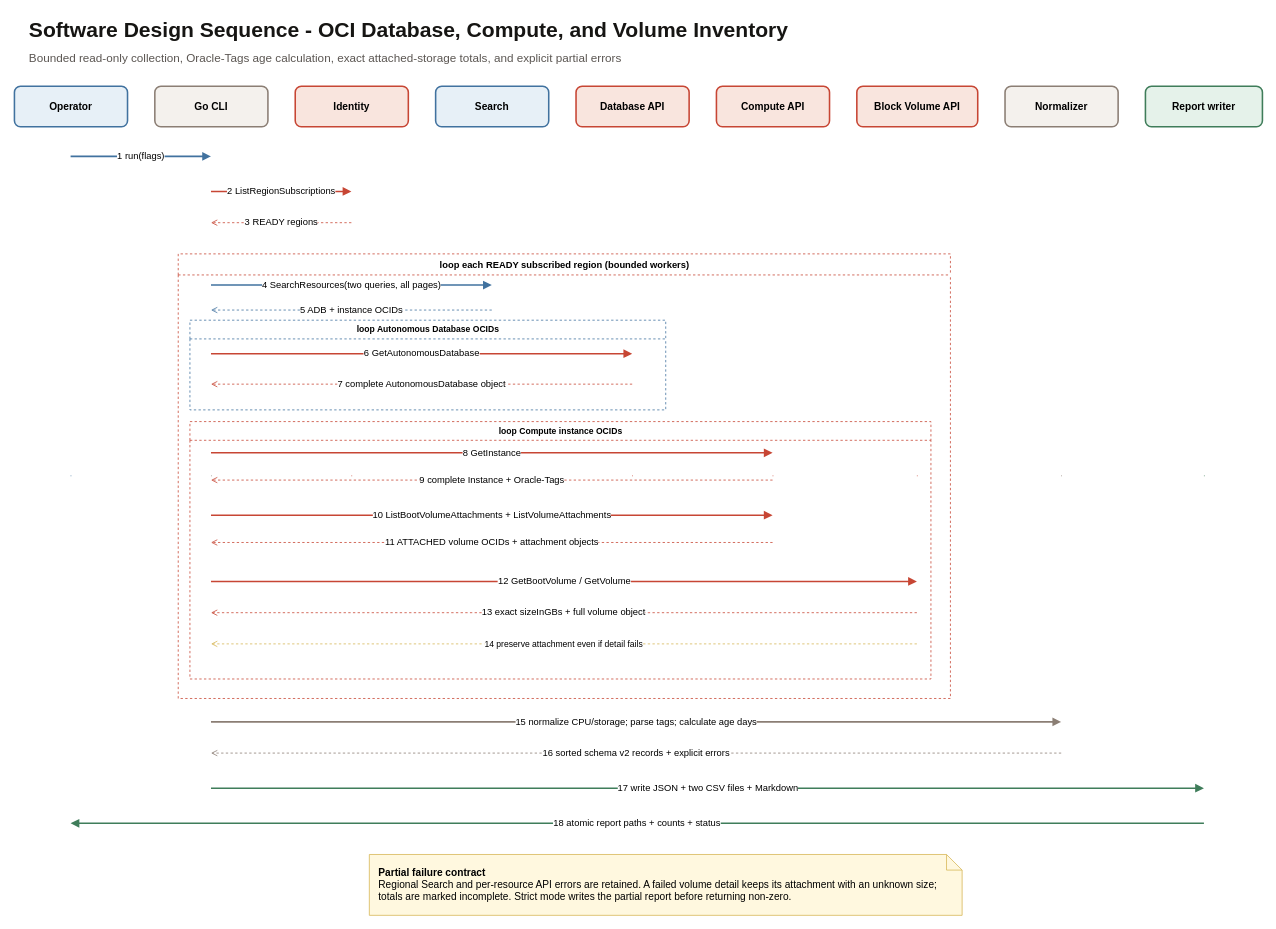
Above: docs/diagrams/oci-adb-inventory-sdd-sequence.drawio in eugsim1/oci-autonomous-database-inventory-go (draw.io), before the change. Source tidied: cells renumbered, new cells numbered last; positions are measured from the earlier drawing's top-left corner, leaving out a move shared by most shapes. Both pictures are drawn from the tidied source at 78%, with x=0, y=0 at pixel (14, 13).
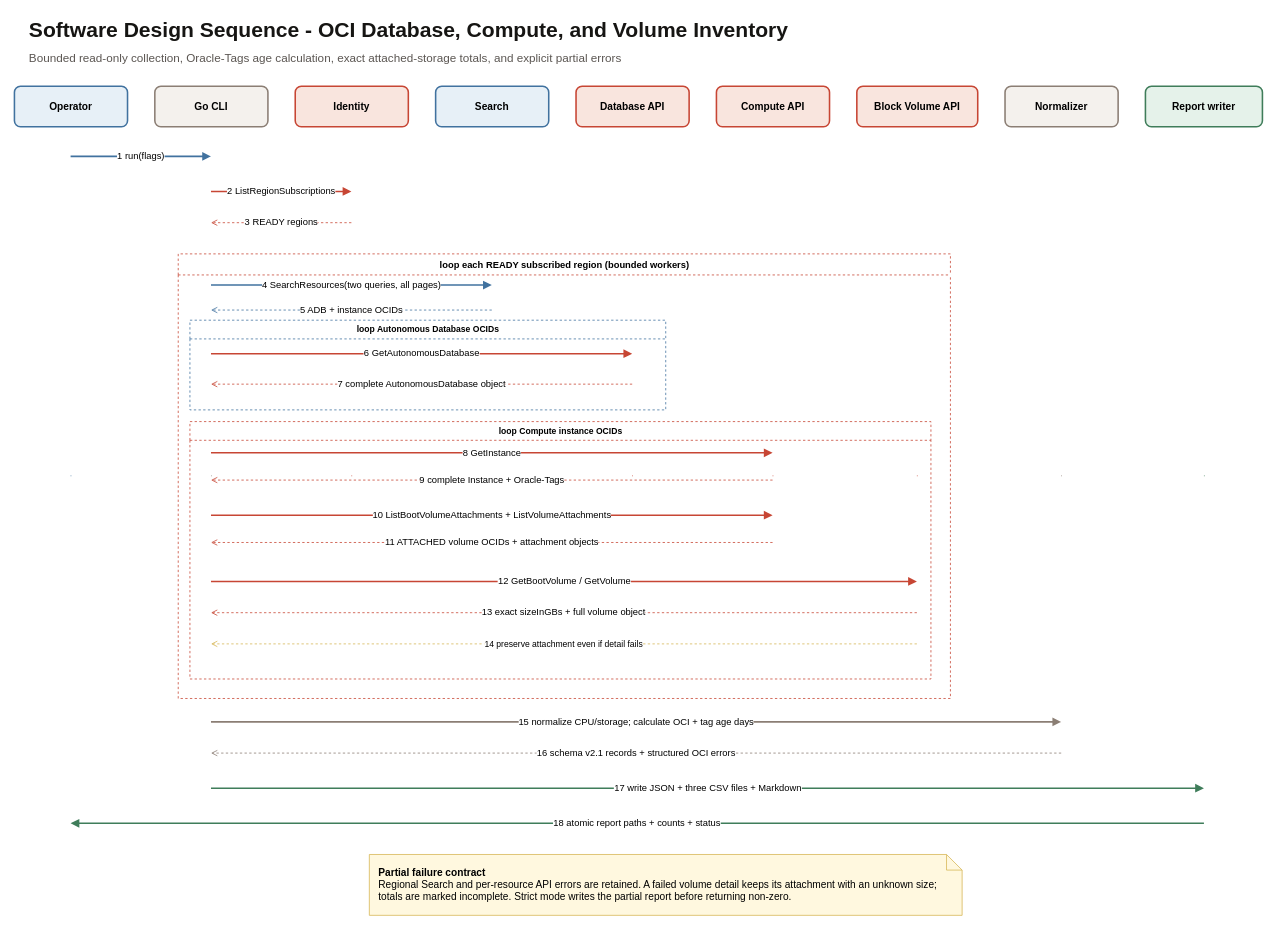
The same page after the edit.

Diff of the diagram source:
```diff
@@
-    <mxCell id="39" value="15 normalize CPU/storage; parse tags; calculate age days" style="edgeStyle=none;html=1;strokeColor=#8B7E74;strokeWidth=2;endArrow=block;endFill=1;fontFamily=Arial;fontSize=12;labelBackgroundColor=#FFFFFF;" parent="1" edge="1">
+    <mxCell id="39" value="15 normalize CPU/storage; calculate OCI + tag age days" style="edgeStyle=none;html=1;strokeColor=#8B7E74;strokeWidth=2;endArrow=block;endFill=1;fontFamily=Arial;fontSize=12;labelBackgroundColor=#FFFFFF;" parent="1" edge="1">
       <mxGeometry relative="1" as="geometry">
         <mxPoint x="252" y="908" as="sourcePoint" />
         <mxPoint x="1342" y="908" as="targetPoint" />
       </mxGeometry>
     </mxCell>
-    <mxCell id="40" value="16 sorted schema v2 records + explicit errors" style="edgeStyle=none;html=1;strokeColor=#8B7E74;strokeWidth=1;dashed=1;endArrow=open;endFill=0;fontFamily=Arial;fontSize=12;labelBackgroundColor=#FFFFFF;" parent="1" edge="1">
+    <mxCell id="40" value="16 schema v2.1 records + structured OCI errors" style="edgeStyle=none;html=1;strokeColor=#8B7E74;strokeWidth=1;dashed=1;endArrow=open;endFill=0;fontFamily=Arial;fontSize=12;labelBackgroundColor=#FFFFFF;" parent="1" edge="1">
       <mxGeometry relative="1" as="geometry">
         <mxPoint x="1342" y="948" as="sourcePoint" />
         <mxPoint x="252" y="948" as="targetPoint" />
       </mxGeometry>
     </mxCell>
-    <mxCell id="41" value="17 write JSON + two CSV files + Markdown" style="edgeStyle=none;html=1;strokeColor=#3F7D5A;strokeWidth=2;endArrow=block;endFill=1;fontFamily=Arial;fontSize=12;labelBackgroundColor=#FFFFFF;" parent="1" edge="1">
+    <mxCell id="41" value="17 write JSON + three CSV files + Markdown" style="edgeStyle=none;html=1;strokeColor=#3F7D5A;strokeWidth=2;endArrow=block;endFill=1;fontFamily=Arial;fontSize=12;labelBackgroundColor=#FFFFFF;" parent="1" edge="1">
       <mxGeometry relative="1" as="geometry">
         <mxPoint x="252" y="993" as="sourcePoint" />
         <mxPoint x="1525" y="993" as="targetPoint" />
       </mxGeometry>
     </mxCell>
```
